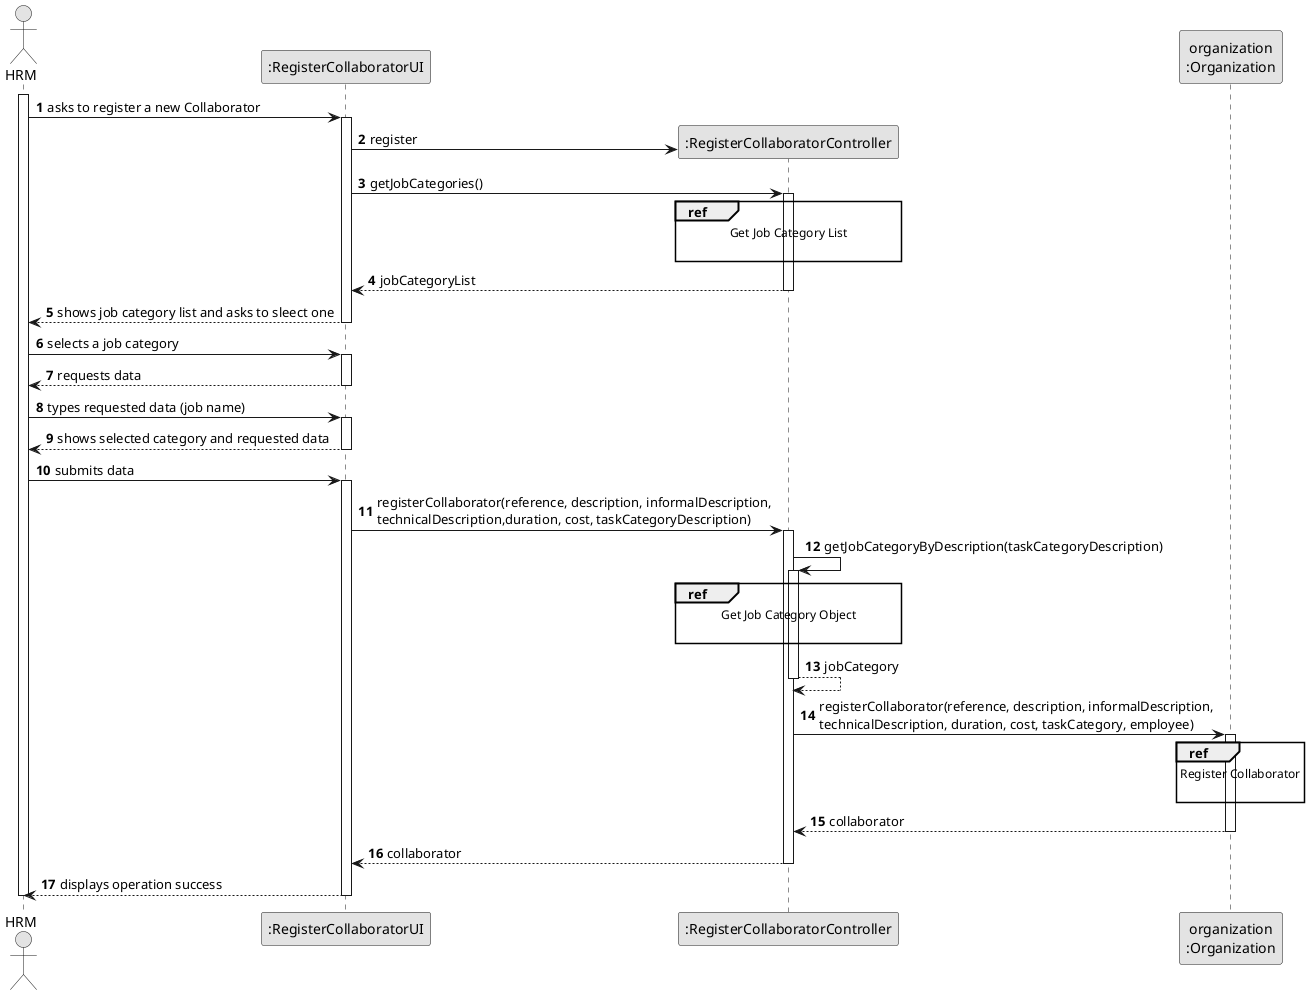
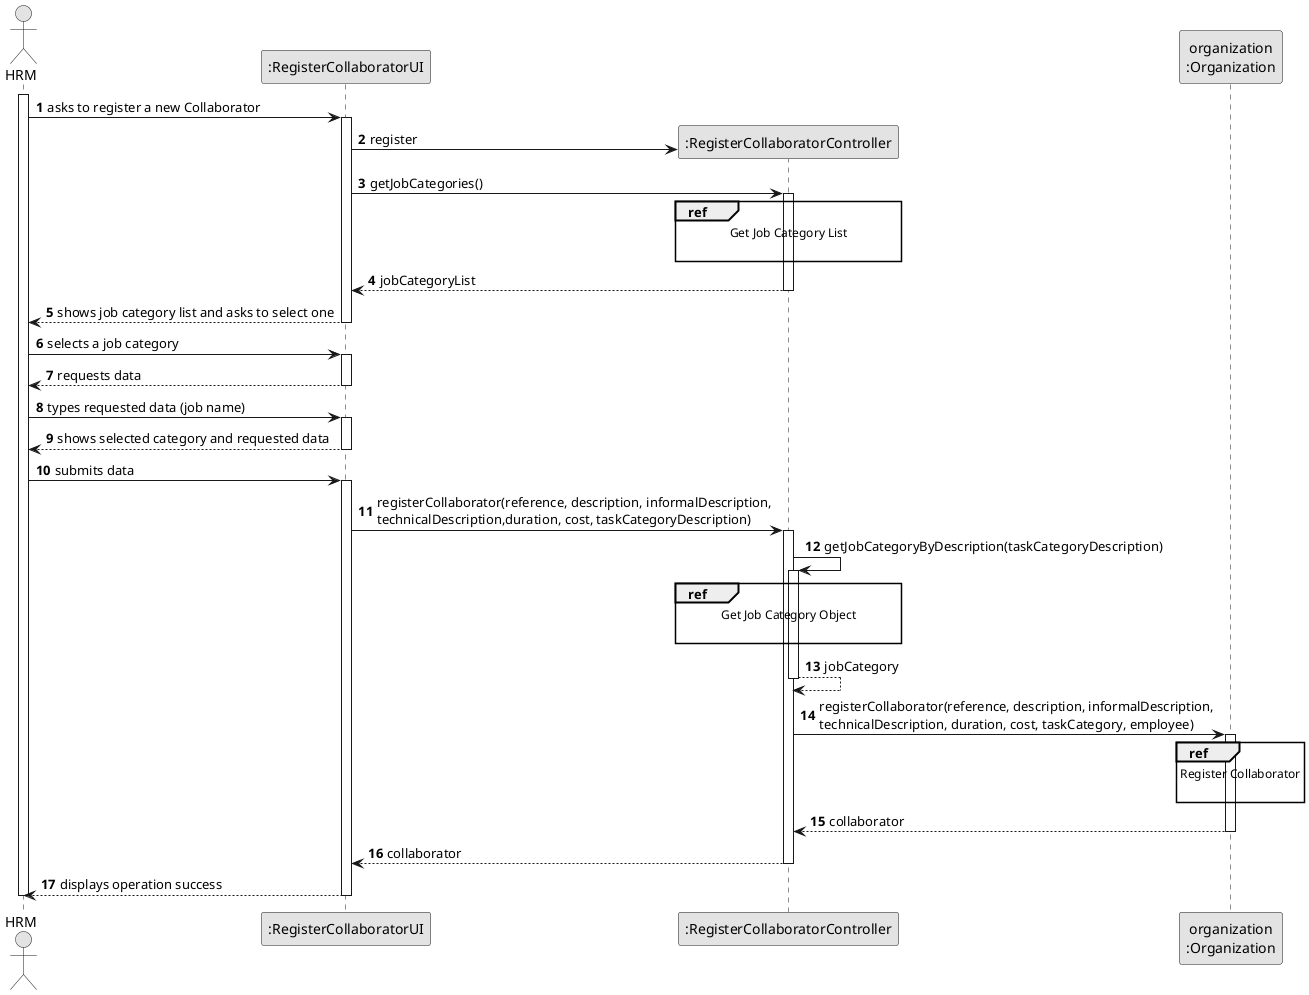
@startuml
skinparam monochrome true
skinparam packageStyle rectangle
skinparam shadowing false

autonumber

'hide footbox
actor "HRM" as ADM
participant ":RegisterCollaboratorUI" as UI
participant ":RegisterCollaboratorController" as CTRL
participant "organization\n:Organization" as ORG

activate ADM

    ADM -> UI : asks to register a new Collaborator

    activate UI

        UI -> CTRL** : register
        UI -> CTRL : getJobCategories()
        ref over CTRL
            Get Job Category List

        end ref

        activate CTRL

            CTRL --> UI : jobCategoryList
        deactivate CTRL

-         UI --> ADM : shows job category list and asks to sleect one
+         UI --> ADM : shows job category list and asks to select one
    deactivate UI

    ADM -> UI : selects a job category
    activate UI

        UI --> ADM : requests data
    deactivate UI

    ADM -> UI : types requested data (job name)
    activate UI

        UI --> ADM : shows selected category and requested data
    deactivate UI

    ADM -> UI : submits data
    activate UI

        UI -> CTRL : registerCollaborator(reference, description, informalDescription,\ntechnicalDescription,duration, cost, taskCategoryDescription)
        activate CTRL

            CTRL -> CTRL : getJobCategoryByDescription(taskCategoryDescription)
            activate CTRL

                ref over CTRL
                    Get Job Category Object

                end ref

                CTRL --> CTRL : jobCategory
            deactivate CTRL


            CTRL -> ORG: registerCollaborator(reference, description, informalDescription,\ntechnicalDescription, duration, cost, taskCategory, employee)
            activate ORG

                ref over ORG
                    Register Collaborator

                end

                ORG --> CTRL : collaborator
            deactivate ORG

            CTRL --> UI: collaborator
            deactivate CTRL
            UI --> ADM: displays operation success
    deactivate UI

deactivate ADM

@enduml